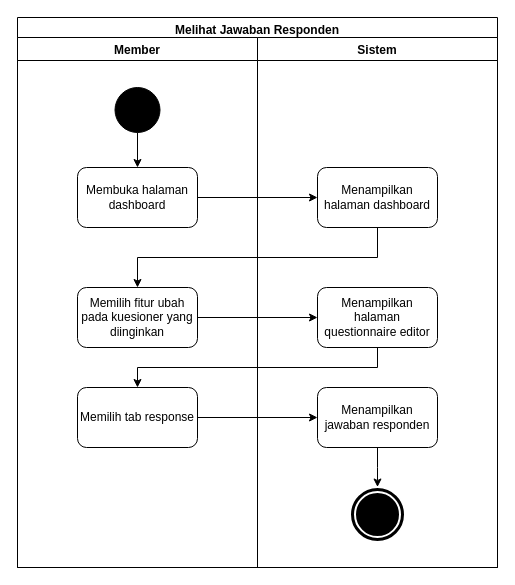
Before: Diagram/Activity Diagram/20. melihat jawaban responden.drawio in techie-jhs/thesis, a draw.io diagram. Source tidied: cells renumbered, new cells numbered last; positions are measured from the earlier drawing's top-left corner, leaving out a move shared by most shapes. Both pictures are drawn from the tidied source at 100%, with x=0, y=0 at pixel (17, 17).
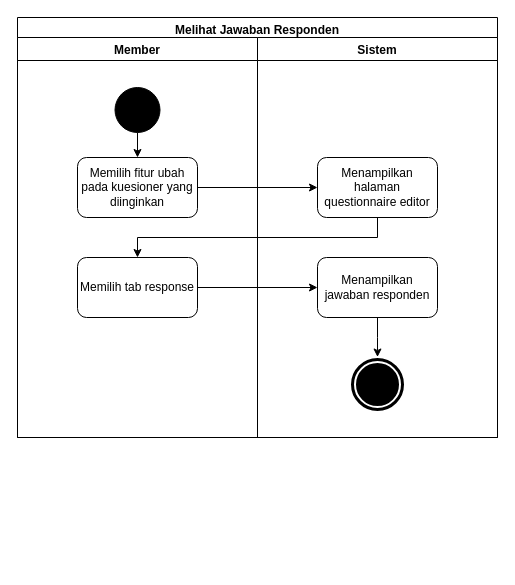
Above is the later version.

Unchanged cells that the change refers to:
```xml
<mxCell id="5" style="ellipse;whiteSpace=wrap;html=1;fillColor=#000000;" parent="3" vertex="1">
  <mxGeometry x="97.5" y="50" width="45" height="45" as="geometry" />
</mxCell>
```

What changed in the source:
```diff
@@
     <mxCell id="2" value="Melihat Jawaban Responden" style="swimlane;fillColor=none;" parent="1" vertex="1">
-      <mxGeometry width="480" height="550" as="geometry" />
+      <mxGeometry width="480" height="420" as="geometry" />
     </mxCell>
     <mxCell id="3" value="Member" style="swimlane;" parent="2" vertex="1">
-      <mxGeometry y="20" width="240" height="530" as="geometry" />
+      <mxGeometry y="20" width="240" height="400" as="geometry" />
     </mxCell>
-    <mxCell id="4" style="edgeStyle=orthogonalEdgeStyle;rounded=0;jettySize=auto;html=1;" parent="3" edge="1" source="5" target="6">
-      <mxGeometry relative="1" as="geometry" />
-    </mxCell>
+    <mxCell id="20" style="edgeStyle=orthogonalEdgeStyle;rounded=0;jettySize=auto;html=1;" parent="3" edge="1" source="5" target="7">
+      <mxGeometry relative="1" as="geometry" />
+    </mxCell>
@@
-    <mxCell id="6" value="Membuka halaman dashboard" style="rounded=1;whiteSpace=wrap;html=1;fillColor=none;" parent="3" vertex="1">
-      <mxGeometry x="60" y="130" width="120" height="60" as="geometry" />
-    </mxCell>
     <mxCell id="7" value="Memilih fitur ubah pada kuesioner yang diinginkan" style="rounded=1;whiteSpace=wrap;html=1;fillColor=none;" parent="3" vertex="1">
-      <mxGeometry x="60" y="250" width="120" height="60" as="geometry" />
+      <mxGeometry x="60" y="120" width="120" height="60" as="geometry" />
     </mxCell>
     <mxCell id="8" value="&lt;span&gt;Memilih tab response&lt;/span&gt;" style="rounded=1;whiteSpace=wrap;html=1;fillColor=none;" parent="3" vertex="1">
-      <mxGeometry x="60" y="350" width="120" height="60" as="geometry" />
+      <mxGeometry x="60" y="220" width="120" height="60" as="geometry" />
     </mxCell>
     <mxCell id="9" value="Sistem" style="swimlane;" parent="2" vertex="1">
-      <mxGeometry x="240" y="20" width="240" height="530" as="geometry" />
+      <mxGeometry x="240" y="20" width="240" height="400" as="geometry" />
     </mxCell>
-    <mxCell id="10" value="Menampilkan halaman dashboard" style="rounded=1;whiteSpace=wrap;html=1;fillColor=none;" parent="9" vertex="1">
-      <mxGeometry x="60" y="130" width="120" height="60" as="geometry" />
-    </mxCell>
     <mxCell id="11" value="Menampilkan halaman questionnaire editor" style="rounded=1;whiteSpace=wrap;html=1;fillColor=none;" parent="9" vertex="1">
-      <mxGeometry x="60" y="250" width="120" height="60" as="geometry" />
+      <mxGeometry x="60" y="120" width="120" height="60" as="geometry" />
     </mxCell>
@@
     <mxCell id="13" value="Menampilkan jawaban responden" style="rounded=1;whiteSpace=wrap;html=1;fillColor=none;" parent="9" vertex="1">
-      <mxGeometry x="60" y="350" width="120" height="60" as="geometry" />
+      <mxGeometry x="60" y="220" width="120" height="60" as="geometry" />
     </mxCell>
     <mxCell id="14" style="ellipse;shape=doubleEllipse;whiteSpace=wrap;html=1;fillColor=#000000;strokeColor=#FFFFFF;strokeWidth=2;" parent="9" vertex="1">
-      <mxGeometry x="92.5" y="449.5" width="55" height="55" as="geometry" />
+      <mxGeometry x="92.5" y="319.5" width="55" height="55" as="geometry" />
     </mxCell>
-    <mxCell id="15" style="edgeStyle=orthogonalEdgeStyle;rounded=0;jettySize=auto;html=1;" parent="2" edge="1" source="6" target="10">
-      <mxGeometry relative="1" as="geometry" />
-    </mxCell>
@@
-    <mxCell id="17" style="edgeStyle=orthogonalEdgeStyle;rounded=0;jettySize=auto;html=1;" parent="2" edge="1" source="10" target="7">
-      <mxGeometry relative="1" as="geometry">
-        <Array as="points">
-          <mxPoint x="360" y="240" />
-          <mxPoint x="120" y="240" />
-        </Array>
-      </mxGeometry>
-    </mxCell>
@@
     <mxCell id="19" style="edgeStyle=orthogonalEdgeStyle;rounded=0;jettySize=auto;html=1;" parent="2" edge="1" source="11" target="8">
       <mxGeometry relative="1" as="geometry">
         <Array as="points">
-          <mxPoint x="360" y="350" />
-          <mxPoint x="120" y="350" />
+          <mxPoint x="360" y="220" />
+          <mxPoint x="120" y="220" />
         </Array>
       </mxGeometry>
     </mxCell>
```
